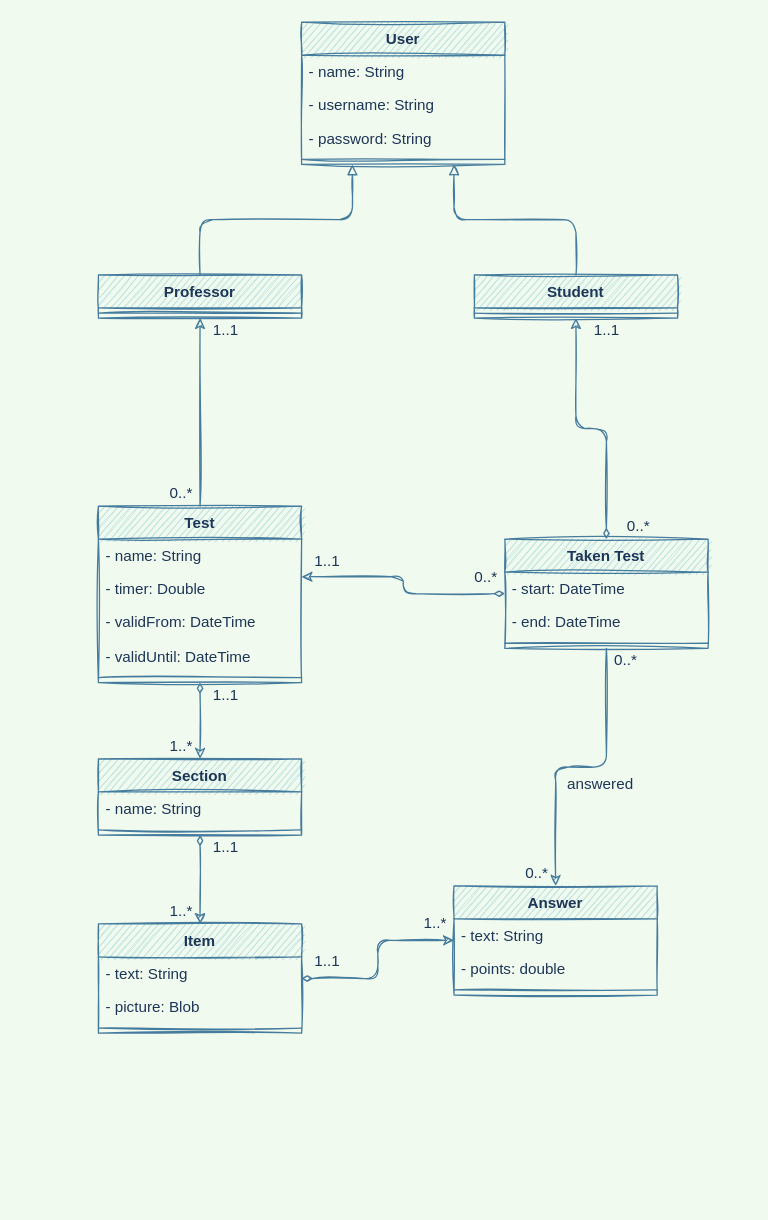
Earlier version of the draw.io diagram docs/class-diagram.drawio (mikecitt/knowledge-space-testing-app). Source tidied: cells renumbered, new cells numbered last; positions are measured from the earlier drawing's top-left corner, leaving out a move shared by most shapes. Both pictures are drawn from the tidied source at 127%, with x=0, y=0 at pixel (98, 22).
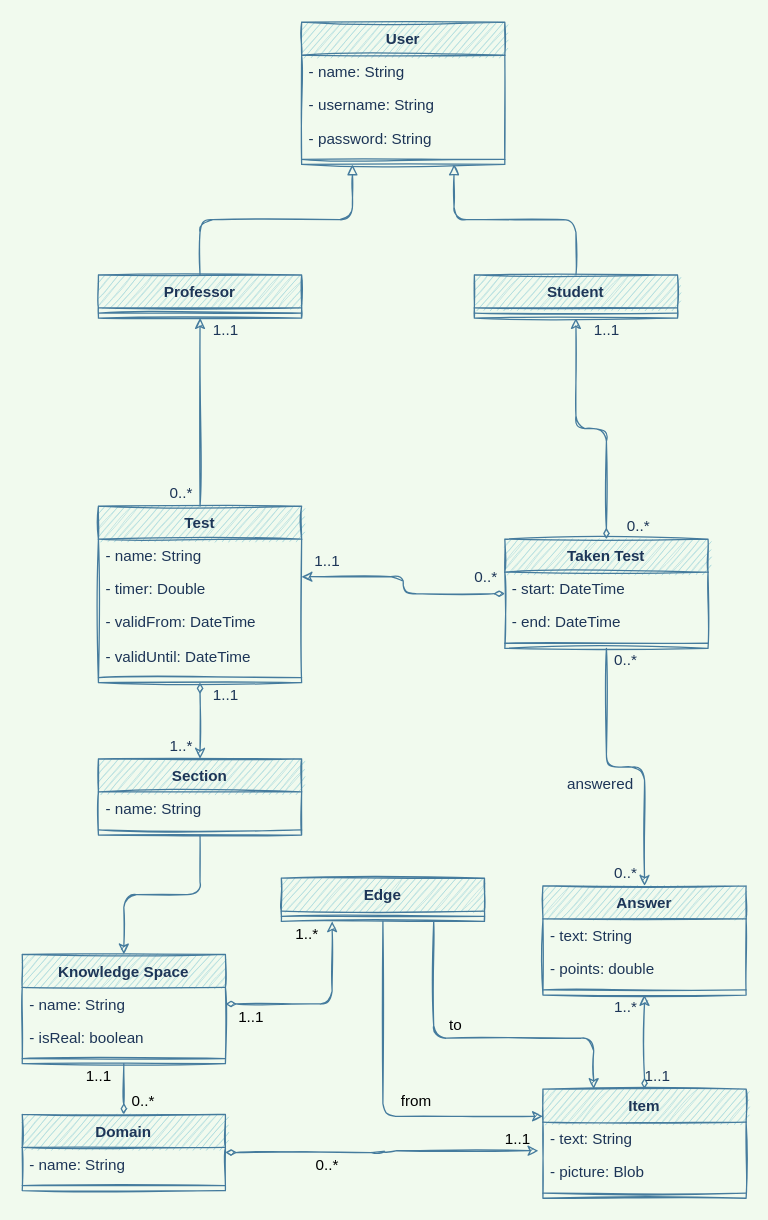
Above is the later version.

Commit message:
Update class diagram

Unchanged cells that the change refers to:
```xml
<mxCell id="22" value="- text: String" style="text;strokeColor=none;fillColor=none;align=left;verticalAlign=top;spacingLeft=4;spacingRight=4;overflow=hidden;points=[[0,0.5],[1,0.5]];portConstraint=eastwest;fontColor=#1D3557;sketch=1;" parent="21" vertex="1">
  <mxGeometry y="26" width="160" height="26" as="geometry" />
</mxCell>
<mxCell id="43" value="Section" style="swimlane;fontStyle=1;align=center;verticalAlign=top;horizontal=1;startSize=26;fillColor=#A8DADC;strokeColor=#457B9D;fontColor=#1D3557;sketch=1;" parent="1" vertex="1">
  <mxGeometry y="580" width="160" height="60" as="geometry" />
</mxCell>
```

What changed in the source:
```diff
@@
     <mxCell id="21" value="Item" style="swimlane;fontStyle=1;align=center;verticalAlign=top;horizontal=1;startSize=26;fillColor=#A8DADC;strokeColor=#457B9D;fontColor=#1D3557;sketch=1;" parent="1" vertex="1">
-      <mxGeometry y="710" width="160" height="86" as="geometry" />
+      <mxGeometry x="350" y="840" width="160" height="86" as="geometry" />
     </mxCell>
@@
     <mxCell id="25" value="Answer" style="swimlane;fontStyle=1;align=center;verticalAlign=top;horizontal=1;startSize=26;fillColor=#A8DADC;strokeColor=#457B9D;fontColor=#1D3557;sketch=1;" parent="1" vertex="1">
-      <mxGeometry x="280" y="680" width="160" height="86" as="geometry" />
+      <mxGeometry x="350" y="680" width="160" height="86" as="geometry" />
     </mxCell>
@@
-    <mxCell id="42" style="edgeStyle=orthogonalEdgeStyle;jettySize=auto;html=1;entryX=0.5;entryY=0;entryDx=0;entryDy=0;startArrow=diamondThin;startFill=1;strokeColor=#457B9D;fontColor=#1D3557;labelBackgroundColor=#F1FAEE;sketch=1;" parent="1" edge="1" source="43" target="21">
-      <mxGeometry relative="1" as="geometry" />
-    </mxCell>
+    <mxCell id="56" style="edgeStyle=orthogonalEdgeStyle;rounded=1;jettySize=auto;html=1;entryX=0.5;entryY=0;entryDx=0;entryDy=0;startArrow=none;startFill=0;endArrow=classic;fontColor=#1D3557;strokeColor=#457B9D;labelBackgroundColor=#F1FAEE;sketch=1;" parent="1" edge="1" source="43" target="64">
+      <mxGeometry relative="1" as="geometry" />
+    </mxCell>
@@
-    <mxCell id="48" value="1..1" style="text;html=1;align=center;verticalAlign=middle;strokeColor=none;fillColor=none;fontColor=#1D3557;sketch=1;" parent="1" vertex="1">
-      <mxGeometry x="80" y="640" width="40" height="20" as="geometry" />
-    </mxCell>
-    <mxCell id="49" value="1..*" style="text;html=1;align=center;verticalAlign=middle;strokeColor=none;fillColor=none;fontColor=#1D3557;sketch=1;" parent="1" vertex="1">
-      <mxGeometry x="50" y="690" width="30" height="20" as="geometry" />
-    </mxCell>
@@
     <mxCell id="51" value="1..1" style="text;html=1;align=center;verticalAlign=middle;strokeColor=none;fillColor=none;fontColor=#1D3557;sketch=1;" parent="1" vertex="1">
-      <mxGeometry x="160" y="730" width="40" height="20" as="geometry" />
+      <mxGeometry x="420" y="820" width="40" height="20" as="geometry" />
     </mxCell>
     <mxCell id="52" value="1..*" style="text;html=1;align=center;verticalAlign=middle;strokeColor=none;fillColor=none;fontColor=#1D3557;sketch=1;" parent="1" vertex="1">
-      <mxGeometry x="250" y="700" width="30" height="20" as="geometry" />
+      <mxGeometry x="400" y="766" width="30" height="20" as="geometry" />
     </mxCell>
@@
     <mxCell id="55" value="0..*" style="text;html=1;align=center;verticalAlign=middle;strokeColor=none;fillColor=none;fontColor=#1D3557;sketch=1;" parent="1" vertex="1">
-      <mxGeometry x="330" y="660" width="30" height="20" as="geometry" />
+      <mxGeometry x="400" y="660" width="30" height="20" as="geometry" />
     </mxCell>
+    <mxCell id="57" style="edgeStyle=orthogonalEdgeStyle;rounded=1;jettySize=auto;html=1;entryX=-0.022;entryY=0.869;entryDx=0;entryDy=0;fontColor=#1D3557;strokeColor=#457B9D;labelBackgroundColor=#F1FAEE;startFill=1;startArrow=diamondThin;sketch=1;entryPerimeter=0;" parent="1" edge="1" source="59" target="22">
+      <mxGeometry relative="1" as="geometry" />
+    </mxCell>
+    <mxCell id="58" style="edgeStyle=orthogonalEdgeStyle;rounded=1;jettySize=auto;html=1;entryX=0.5;entryY=1;entryDx=0;entryDy=0;startArrow=diamondThin;startFill=1;fontColor=#1D3557;strokeColor=#457B9D;labelBackgroundColor=#F1FAEE;sketch=1;endArrow=none;endFill=0;" parent="1" edge="1" source="59" target="64">
+      <mxGeometry relative="1" as="geometry" />
+    </mxCell>
+    <mxCell id="59" value="Domain" style="swimlane;fontStyle=1;align=center;verticalAlign=top;horizontal=1;startSize=26;fillColor=#A8DADC;strokeColor=#457B9D;fontColor=#1D3557;sketch=1;" parent="1" vertex="1">
+      <mxGeometry x="-60" y="860" width="160" height="60" as="geometry" />
+    </mxCell>
+    <mxCell id="60" value="- name: String" style="text;strokeColor=none;fillColor=none;align=left;verticalAlign=top;spacingLeft=4;spacingRight=4;overflow=hidden;fontColor=#1D3557;sketch=1;" parent="59" vertex="1">
+      <mxGeometry y="26" width="160" height="26" as="geometry" />
+    </mxCell>
+    <mxCell id="61" style="line;strokeWidth=1;fillColor=none;align=left;verticalAlign=middle;spacingTop=-1;spacingLeft=3;spacingRight=3;labelPosition=right;strokeColor=#457B9D;fontColor=#1D3557;labelBackgroundColor=#F1FAEE;sketch=1;" parent="59" vertex="1">
+      <mxGeometry y="52" width="160" height="8" as="geometry" />
+    </mxCell>
+    <mxCell id="62" value="1..1" style="text;html=1;align=center;verticalAlign=middle;strokeColor=none;fillColor=none;" parent="1" vertex="1">
+      <mxGeometry x="310" y="870" width="40" height="20" as="geometry" />
+    </mxCell>
+    <mxCell id="63" value="0..*" style="text;html=1;align=center;verticalAlign=middle;strokeColor=none;fillColor=none;" parent="1" vertex="1">
+      <mxGeometry x="165" y="890" width="30" height="20" as="geometry" />
+    </mxCell>
+    <mxCell id="64" value="Knowledge Space" style="swimlane;fontStyle=1;align=center;verticalAlign=top;horizontal=1;startSize=26;fillColor=#A8DADC;strokeColor=#457B9D;fontColor=#1D3557;sketch=1;" parent="1" vertex="1">
+      <mxGeometry x="-60" y="734" width="160" height="86" as="geometry" />
+    </mxCell>
+    <mxCell id="65" value="- name: String" style="text;strokeColor=none;fillColor=none;align=left;verticalAlign=top;spacingLeft=4;spacingRight=4;overflow=hidden;points=[[0,0.5],[1,0.5]];portConstraint=eastwest;fontColor=#1D3557;sketch=1;" parent="64" vertex="1">
+      <mxGeometry y="26" width="160" height="26" as="geometry" />
+    </mxCell>
+    <mxCell id="66" value="- isReal: boolean" style="text;strokeColor=none;fillColor=none;align=left;verticalAlign=top;spacingLeft=4;spacingRight=4;overflow=hidden;fontColor=#1D3557;sketch=1;" parent="64" vertex="1">
+      <mxGeometry y="52" width="160" height="26" as="geometry" />
+    </mxCell>
+    <mxCell id="67" style="line;strokeWidth=1;fillColor=none;align=left;verticalAlign=middle;spacingTop=-1;spacingLeft=3;spacingRight=3;labelPosition=right;strokeColor=#457B9D;fontColor=#1D3557;labelBackgroundColor=#F1FAEE;sketch=1;" parent="64" vertex="1">
+      <mxGeometry y="78" width="160" height="8" as="geometry" />
+    </mxCell>
+    <mxCell id="68" value="0..*" style="text;html=1;align=center;verticalAlign=middle;strokeColor=none;fillColor=none;" parent="1" vertex="1">
+      <mxGeometry x="20" y="840" width="30" height="20" as="geometry" />
+    </mxCell>
+    <mxCell id="69" value="1..1" style="text;html=1;align=center;verticalAlign=middle;strokeColor=none;fillColor=none;" parent="1" vertex="1">
+      <mxGeometry x="-20" y="820" width="40" height="20" as="geometry" />
+    </mxCell>
+    <mxCell id="70" style="edgeStyle=orthogonalEdgeStyle;rounded=1;jettySize=auto;html=1;exitX=0.75;exitY=1;exitDx=0;exitDy=0;startArrow=none;startFill=0;endArrow=classic;entryX=0.25;entryY=0;entryDx=0;entryDy=0;fontColor=#1D3557;strokeColor=#457B9D;labelBackgroundColor=#F1FAEE;sketch=1;" parent="1" edge="1" source="72" target="21">
+      <mxGeometry relative="1" as="geometry">
+        <Array as="points">
+          <mxPoint x="264" y="800" />
+          <mxPoint x="390" y="800" />
+        </Array>
+      </mxGeometry>
+    </mxCell>
+    <mxCell id="71" style="edgeStyle=orthogonalEdgeStyle;rounded=1;jettySize=auto;html=1;exitX=0.5;exitY=1;exitDx=0;exitDy=0;startArrow=none;startFill=0;endArrow=classic;entryX=0;entryY=0.25;entryDx=0;entryDy=0;fontColor=#1D3557;strokeColor=#457B9D;labelBackgroundColor=#F1FAEE;sketch=1;" parent="1" edge="1" source="72" target="21">
+      <mxGeometry relative="1" as="geometry" />
+    </mxCell>
+    <mxCell id="72" value="Edge" style="swimlane;fontStyle=1;align=center;verticalAlign=top;horizontal=1;startSize=26;fillColor=#A8DADC;strokeColor=#457B9D;fontColor=#1D3557;sketch=1;" parent="1" vertex="1">
+      <mxGeometry x="144" y="674" width="160" height="34" as="geometry" />
+    </mxCell>
+    <mxCell id="73" style="line;strokeWidth=1;fillColor=none;align=left;verticalAlign=middle;spacingTop=-1;spacingLeft=3;spacingRight=3;labelPosition=right;strokeColor=#457B9D;fontColor=#1D3557;labelBackgroundColor=#F1FAEE;sketch=1;" parent="72" vertex="1">
+      <mxGeometry y="26" width="160" height="8" as="geometry" />
+    </mxCell>
+    <mxCell id="74" style="edgeStyle=orthogonalEdgeStyle;rounded=1;jettySize=auto;html=1;exitX=1;exitY=0.5;exitDx=0;exitDy=0;entryX=0.25;entryY=1;entryDx=0;entryDy=0;startArrow=diamondThin;startFill=1;endArrow=classic;fontColor=#1D3557;strokeColor=#457B9D;labelBackgroundColor=#F1FAEE;sketch=1;" parent="1" edge="1" source="65" target="72">
+      <mxGeometry relative="1" as="geometry" />
+    </mxCell>
+    <mxCell id="75" value="1..1" style="text;html=1;align=center;verticalAlign=middle;strokeColor=none;fillColor=none;" parent="1" vertex="1">
+      <mxGeometry x="100" y="774" width="40" height="20" as="geometry" />
+    </mxCell>
+    <mxCell id="49" value="1..*" style="text;html=1;align=center;verticalAlign=middle;strokeColor=none;fillColor=none;" parent="1" vertex="1">
+      <mxGeometry x="149" y="708" width="30" height="20" as="geometry" />
+    </mxCell>
+    <mxCell id="76" value="from" style="text;html=1;align=center;verticalAlign=middle;strokeColor=none;fillColor=none;" parent="1" vertex="1">
+      <mxGeometry x="230" y="840" width="40" height="20" as="geometry" />
+    </mxCell>
+    <mxCell id="77" value="to" style="text;html=1;align=center;verticalAlign=middle;strokeColor=none;fillColor=none;" parent="1" vertex="1">
+      <mxGeometry x="266" y="780" width="30" height="20" as="geometry" />
+    </mxCell>
```
